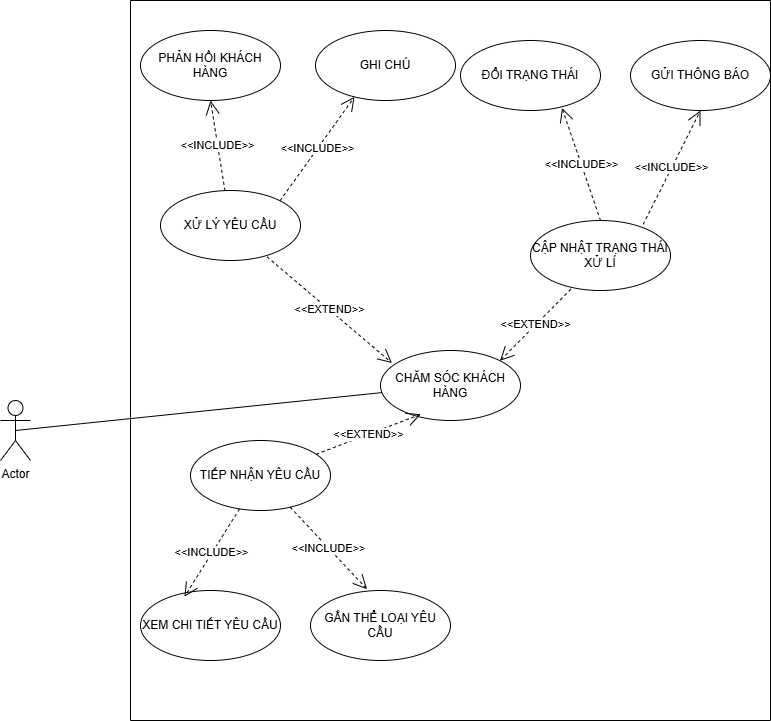
This is customer_care_function.drawio.png from LeQuan114/cinema_system, a draw.io export, as it was before one commit. Source tidied: cells renumbered, new cells last; positions are measured from the earlier drawing's top-left corner, leaving out a move shared by most shapes.
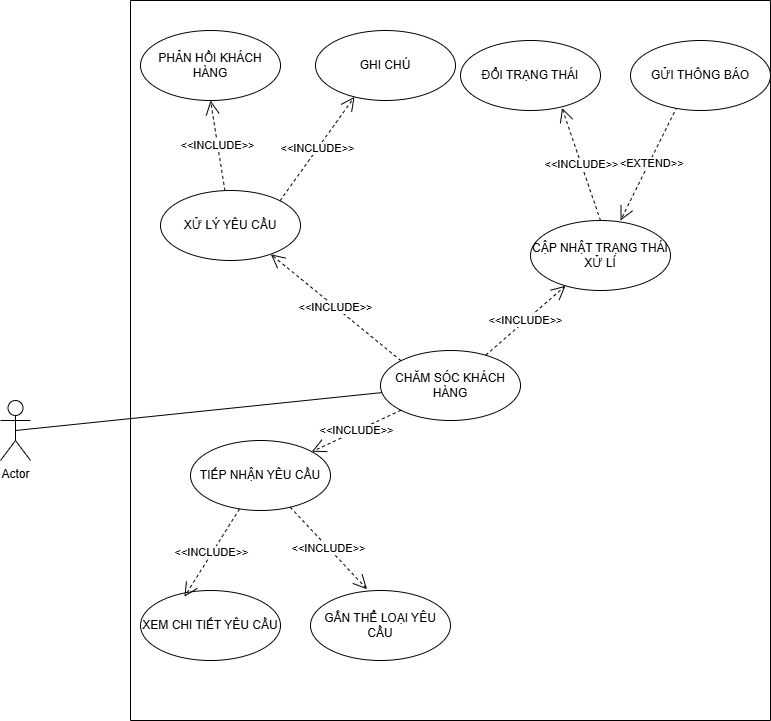
The same diagram one commit later.

Diff of the diagram source:
```diff
@@ -17,16 +17,10 @@
     <mxCell id="6" value="CHĂM SÓC KHÁCH HÀNG" style="ellipse;whiteSpace=wrap;html=1;" parent="2" vertex="1">
       <mxGeometry x="250" y="350" width="140" height="70" as="geometry" />
     </mxCell>
-    <mxCell id="7" value="&amp;lt;&amp;lt;EXTEND&amp;gt;&amp;gt;" style="endArrow=open;endSize=12;dashed=1;html=1;rounded=0;entryX=0.082;entryY=0.179;entryDx=0;entryDy=0;entryPerimeter=0;exitX=0.761;exitY=0.947;exitDx=0;exitDy=0;exitPerimeter=0;" parent="2" edge="1" source="5" target="6">
-      <mxGeometry relative="1" as="geometry" />
-    </mxCell>
-    <mxCell id="8" value="&amp;lt;&amp;lt;EXTEND&amp;gt;&amp;gt;" style="endArrow=open;endSize=12;dashed=1;html=1;rounded=0;entryX=1;entryY=0;entryDx=0;entryDy=0;exitX=0.288;exitY=0.982;exitDx=0;exitDy=0;exitPerimeter=0;" parent="2" edge="1" source="4" target="6">
-      <mxGeometry relative="1" as="geometry" />
-    </mxCell>
     <mxCell id="9" style="edgeStyle=orthogonalEdgeStyle;rounded=0;orthogonalLoop=1;jettySize=auto;html=1;exitX=0.5;exitY=1;exitDx=0;exitDy=0;" parent="2" edge="1" source="3" target="3">
       <mxGeometry relative="1" as="geometry" />
     </mxCell>
-    <mxCell id="10" value="&amp;lt;&amp;lt;EXTEND&amp;gt;&amp;gt;" style="endArrow=open;endSize=12;dashed=1;html=1;rounded=0;entryX=0.288;entryY=0.911;entryDx=0;entryDy=0;entryPerimeter=0;" parent="2" edge="1" source="3" target="6">
+    <mxCell id="10" value="&amp;lt;&amp;lt;EXTEND&amp;gt;&amp;gt;" style="endArrow=open;endSize=12;dashed=1;html=1;rounded=0;entryX=0.643;entryY=0;entryDx=0;entryDy=0;entryPerimeter=0;exitX=0.332;exitY=0.947;exitDx=0;exitDy=0;exitPerimeter=0;" parent="2" edge="1" source="19" target="4">
       <mxGeometry relative="1" as="geometry" />
     </mxCell>
     <mxCell id="11" value="GHI CHÚ" style="ellipse;whiteSpace=wrap;html=1;" parent="2" vertex="1">
@@ -59,9 +53,15 @@
     <mxCell id="20" value="ĐỔI TRẠNG THÁI" style="ellipse;whiteSpace=wrap;html=1;" parent="2" vertex="1">
       <mxGeometry x="330" y="40" width="140" height="70" as="geometry" />
     </mxCell>
-    <mxCell id="21" value="&amp;lt;&amp;lt;INCLUDE&amp;gt;&amp;gt;" style="endArrow=open;endSize=12;dashed=1;html=1;rounded=0;exitX=0.805;exitY=0.054;exitDx=0;exitDy=0;exitPerimeter=0;entryX=0.5;entryY=1;entryDx=0;entryDy=0;" parent="2" edge="1" source="4" target="19">
-      <mxGeometry relative="1" as="geometry" />
-    </mxCell>
+    <mxCell id="25" value="&amp;lt;&amp;lt;INCLUDE&amp;gt;&amp;gt;" style="endArrow=open;endSize=12;dashed=1;html=1;rounded=0;" parent="2" edge="1" source="6" target="4">
+      <mxGeometry relative="1" as="geometry" />
+    </mxCell>
+    <mxCell id="26" value="&amp;lt;&amp;lt;INCLUDE&amp;gt;&amp;gt;" style="endArrow=open;endSize=12;dashed=1;html=1;rounded=0;exitX=0;exitY=1;exitDx=0;exitDy=0;" parent="2" edge="1" source="6" target="3">
+      <mxGeometry relative="1" as="geometry" />
+    </mxCell>
+    <mxCell id="27" value="&amp;lt;&amp;lt;INCLUDE&amp;gt;&amp;gt;" style="endArrow=open;endSize=12;dashed=1;html=1;rounded=0;entryX=0.788;entryY=0.911;entryDx=0;entryDy=0;entryPerimeter=0;exitX=0;exitY=0;exitDx=0;exitDy=0;" parent="2" edge="1" source="6" target="5">
+      <mxGeometry relative="1" as="geometry" />
+    </mxCell>
     <mxCell id="22" value="Actor" style="shape=umlActor;verticalLabelPosition=bottom;verticalAlign=top;html=1;" parent="1" vertex="1">
       <mxGeometry y="400" width="30" height="60" as="geometry" />
     </mxCell>
```
